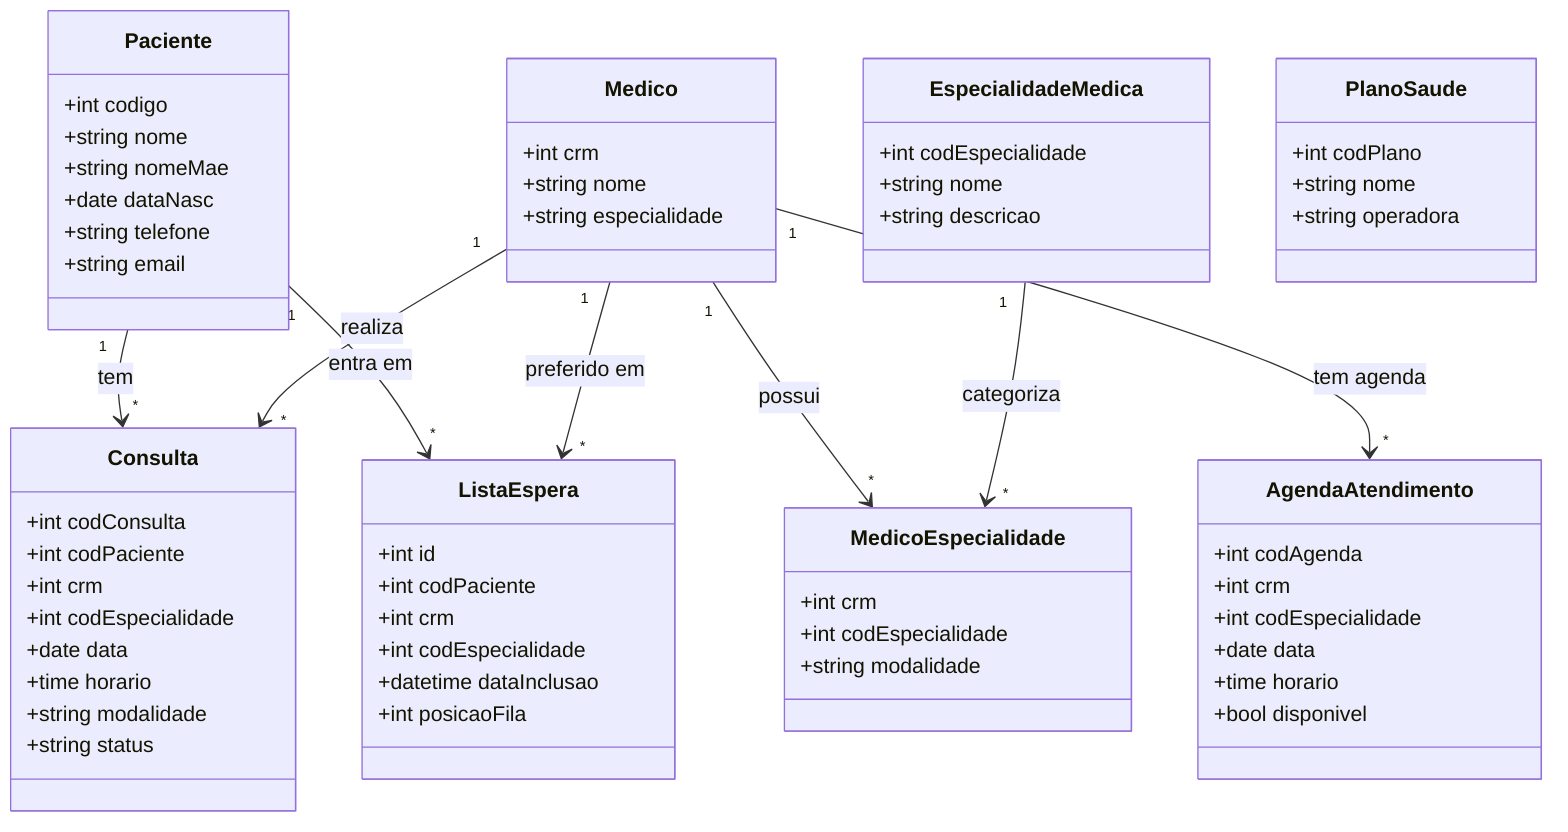
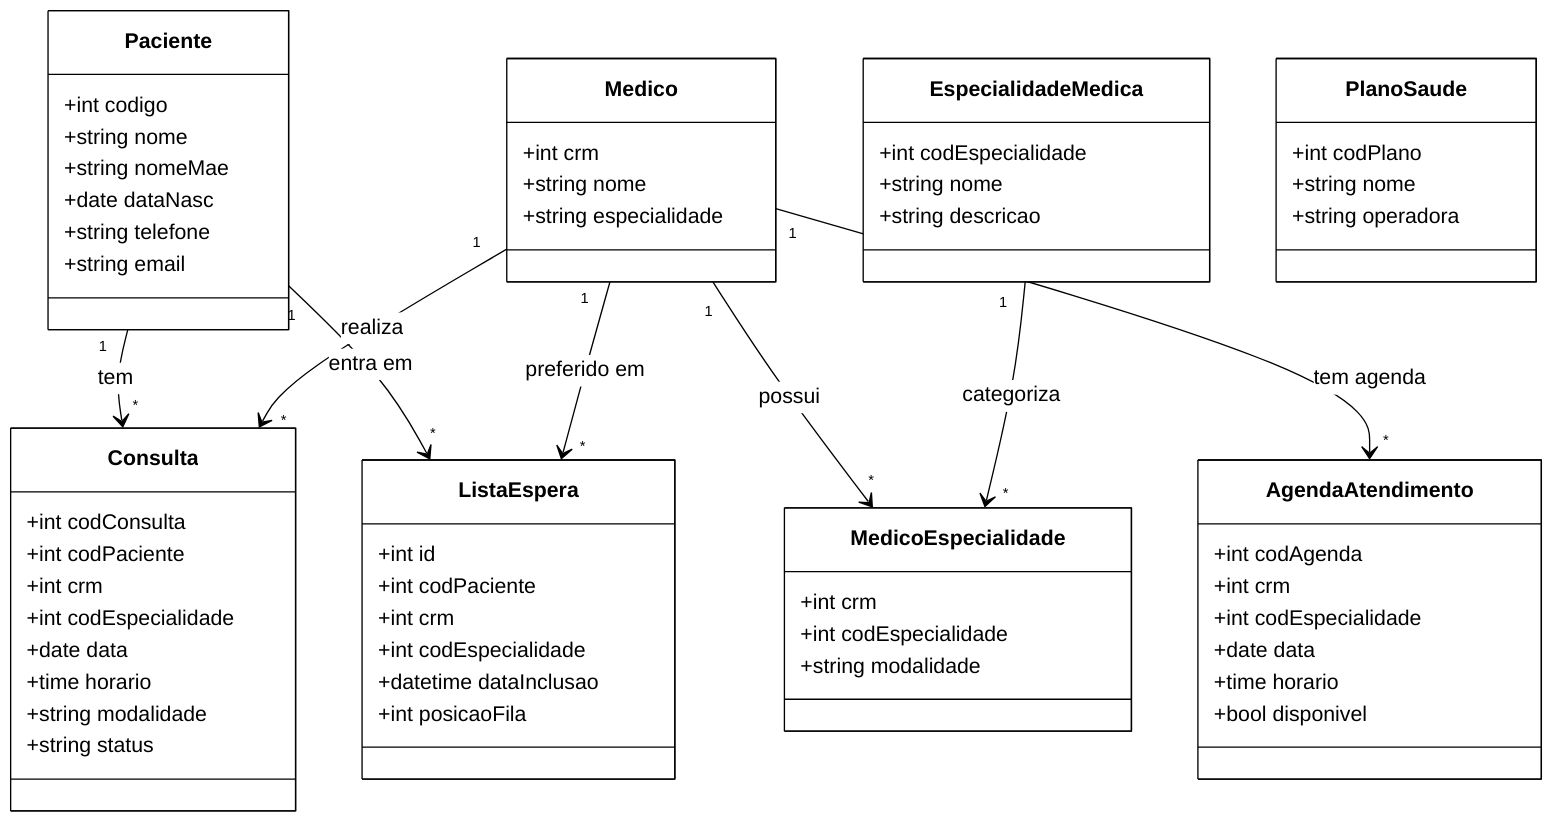
+ %%{init: {'theme': 'base', 'themeVariables': { 'primaryColor': '#ffffff', 'primaryBorderColor': '#000000', 'lineColor': '#000000', 'secondBkgColor': '#ffffff', 'tertiaryColor': '#ffffff', 'tertiaryBorderColor': '#000000', 'tertiaryTextColor': '#000000', 'fontFamily': 'arial', 'primaryTextColor': '#000000', 'secondBkgColor': '#ffffff', 'secondTextColor': '#000000', 'secondBorderColor': '#000000', 'tertiaryBorderColor': '#000000'}, 'classDiagram': {'arrowMarkerAbsolute': true}}}%%
classDiagram
    class Paciente {
        +int codigo
        +string nome
        +string nomeMae
        +date dataNasc
        +string telefone
        +string email
    }
    class Medico {
        +int crm
        +string nome
        +string especialidade
    }
    class EspecialidadeMedica {
        +int codEspecialidade
        +string nome
        +string descricao
    }
    class MedicoEspecialidade {
        +int crm
        +int codEspecialidade
        +string modalidade
    }
    class AgendaAtendimento {
        +int codAgenda
        +int crm
        +int codEspecialidade
        +date data
        +time horario
        +bool disponivel
    }
    class Consulta {
        +int codConsulta
        +int codPaciente
        +int crm
        +int codEspecialidade
        +date data
        +time horario
        +string modalidade
        +string status
    }
    class PlanoSaude {
        +int codPlano
        +string nome
        +string operadora
    }
    class ListaEspera {
        +int id
        +int codPaciente
        +int crm
        +int codEspecialidade
        +datetime dataInclusao
        +int posicaoFila
    }

    Paciente "1" --> "*" Consulta : tem
    Medico "1" --> "*" Consulta : realiza
    Medico "1" --> "*" MedicoEspecialidade : possui
    EspecialidadeMedica "1" --> "*" MedicoEspecialidade : categoriza
    Medico "1" --> "*" AgendaAtendimento : tem agenda
    Paciente "1" --> "*" ListaEspera : entra em
    Medico "1" --> "*" ListaEspera : preferido em
